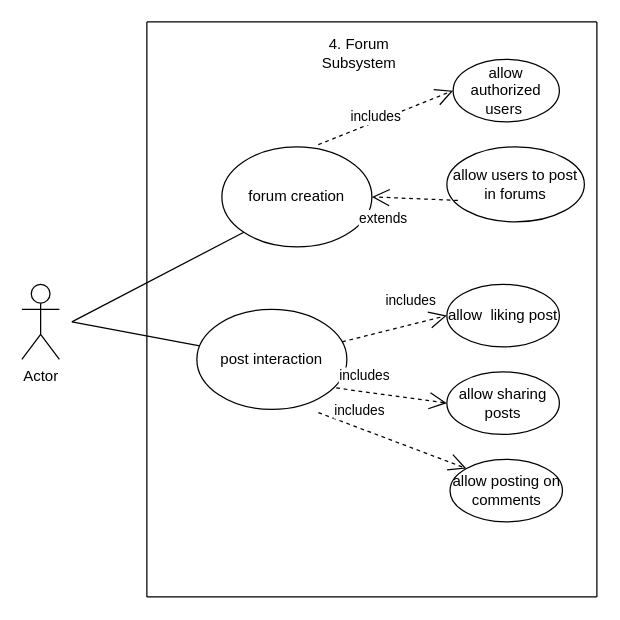
Earlier version of the draw.io diagram docs/use-case-diagrams/Forums.drawio (COS301-SE-2024/TailWaggr). Source tidied: cells renumbered, new cells numbered last; positions are measured from the earlier drawing's top-left corner, leaving out a move shared by most shapes. Both pictures are drawn from the tidied source at 125%, with x=0, y=0 at pixel (21, 21).
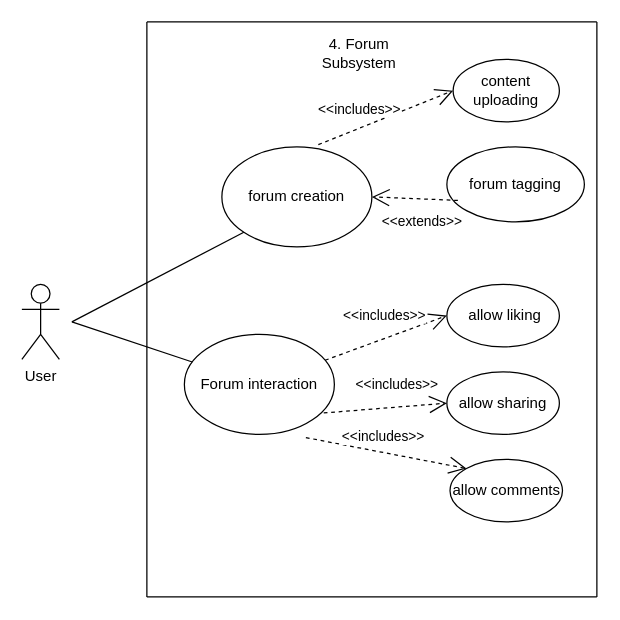
Above is the later version.

Commit message:
forums diagram alterations

The change refers to these unchanged cells:
```xml
<mxCell id="2" value="forum creation" style="ellipse;whiteSpace=wrap;html=1;" parent="1" vertex="1">
  <mxGeometry x="160" y="100" width="120" height="80" as="geometry" />
</mxCell>
```

What changed in the source:
```diff
@@
-    <mxCell id="3" value="post interaction" style="ellipse;whiteSpace=wrap;html=1;" parent="1" vertex="1">
-      <mxGeometry x="140" y="230" width="120" height="80" as="geometry" />
+    <mxCell id="3" value="Forum interaction" style="ellipse;whiteSpace=wrap;html=1;" parent="1" vertex="1">
+      <mxGeometry x="130" y="250" width="120" height="80" as="geometry" />
     </mxCell>
-    <mxCell id="4" value="Actor" style="shape=umlActor;verticalLabelPosition=bottom;verticalAlign=top;html=1;" parent="1" vertex="1">
+    <mxCell id="4" value="User" style="shape=umlActor;verticalLabelPosition=bottom;verticalAlign=top;html=1;" parent="1" vertex="1">
       <mxGeometry y="210" width="30" height="60" as="geometry" />
     </mxCell>
@@
-    <mxCell id="7" value="allow authorized users&amp;nbsp;" style="ellipse;whiteSpace=wrap;html=1;" parent="1" vertex="1">
+    <mxCell id="7" value="content uploading" style="ellipse;whiteSpace=wrap;html=1;" parent="1" vertex="1">
       <mxGeometry x="345" y="30" width="85" height="50" as="geometry" />
     </mxCell>
-    <mxCell id="8" value="allow users to post in forums" style="ellipse;whiteSpace=wrap;html=1;" parent="1" vertex="1">
+    <mxCell id="8" value="forum tagging" style="ellipse;whiteSpace=wrap;html=1;" parent="1" vertex="1">
       <mxGeometry x="340" y="100" width="110" height="60" as="geometry" />
     </mxCell>
-    <mxCell id="9" value="allow&amp;nbsp; liking post" style="ellipse;whiteSpace=wrap;html=1;" parent="1" vertex="1">
+    <mxCell id="9" value="&amp;nbsp;allow liking" style="ellipse;whiteSpace=wrap;html=1;" parent="1" vertex="1">
       <mxGeometry x="340" y="210" width="90" height="50" as="geometry" />
     </mxCell>
-    <mxCell id="10" value="allow sharing posts" style="ellipse;whiteSpace=wrap;html=1;" parent="1" vertex="1">
+    <mxCell id="10" value="allow sharing" style="ellipse;whiteSpace=wrap;html=1;" parent="1" vertex="1">
       <mxGeometry x="340" y="280" width="90" height="50" as="geometry" />
     </mxCell>
-    <mxCell id="11" value="includes" style="endArrow=open;endSize=12;dashed=1;html=1;rounded=0;entryX=0;entryY=0.5;entryDx=0;entryDy=0;exitX=0.643;exitY=-0.022;exitDx=0;exitDy=0;exitPerimeter=0;" parent="1" edge="1" source="2" target="7">
-      <mxGeometry x="-0.13" y="3" relative="1" as="geometry" />
+    <mxCell id="11" value="&amp;lt;&amp;lt;includes&amp;gt;&amp;gt;" style="endArrow=open;endSize=12;dashed=1;html=1;rounded=0;entryX=0;entryY=0.5;entryDx=0;entryDy=0;exitX=0.643;exitY=-0.022;exitDx=0;exitDy=0;exitPerimeter=0;" parent="1" edge="1" source="2" target="7">
+      <mxGeometry x="-0.29" y="14" relative="1" as="geometry" />
     </mxCell>
-    <mxCell id="12" value="extends" style="endArrow=open;endSize=12;dashed=1;html=1;rounded=0;entryX=1;entryY=0.5;entryDx=0;entryDy=0;exitX=0.08;exitY=0.714;exitDx=0;exitDy=0;exitPerimeter=0;" parent="1" edge="1" source="8" target="2">
-      <mxGeometry x="0.7" y="17" relative="1" as="geometry" />
+    <mxCell id="12" value="&amp;lt;&amp;lt;extends&amp;gt;&amp;gt;" style="endArrow=open;endSize=12;dashed=1;html=1;rounded=0;entryX=1;entryY=0.5;entryDx=0;entryDy=0;exitX=0.08;exitY=0.714;exitDx=0;exitDy=0;exitPerimeter=0;" parent="1" edge="1" source="8" target="2">
+      <mxGeometry x="-0.18" y="18" relative="1" as="geometry" />
     </mxCell>
-    <mxCell id="13" value="includes" style="endArrow=open;endSize=12;dashed=1;html=1;rounded=0;entryX=0;entryY=0.5;entryDx=0;entryDy=0;" parent="1" edge="1" source="3" target="9">
-      <mxGeometry x="0.41" y="19" relative="1" as="geometry" />
+    <mxCell id="13" value="&amp;lt;&amp;lt;includes&amp;gt;&amp;gt;" style="endArrow=open;endSize=12;dashed=1;html=1;rounded=0;entryX=0;entryY=0.5;entryDx=0;entryDy=0;" parent="1" edge="1" source="3" target="9">
+      <mxGeometry x="0.1" y="17" relative="1" as="geometry" />
     </mxCell>
-    <mxCell id="14" value="includes" style="endArrow=open;endSize=12;dashed=1;html=1;rounded=0;exitX=0.929;exitY=0.786;exitDx=0;exitDy=0;exitPerimeter=0;entryX=0;entryY=0.5;entryDx=0;entryDy=0;" parent="1" edge="1" source="3" target="10">
-      <mxGeometry x="-0.52" y="13" relative="1" as="geometry" />
+    <mxCell id="14" value="&amp;lt;&amp;lt;includes&amp;gt;&amp;gt;" style="endArrow=open;endSize=12;dashed=1;html=1;rounded=0;exitX=0.929;exitY=0.786;exitDx=0;exitDy=0;exitPerimeter=0;entryX=0;entryY=0.5;entryDx=0;entryDy=0;" parent="1" edge="1" source="3" target="10">
+      <mxGeometry x="0.22" y="18" relative="1" as="geometry" />
     </mxCell>
@@
-    <mxCell id="16" value="allow posting on comments" style="ellipse;whiteSpace=wrap;html=1;" parent="1" vertex="1">
+    <mxCell id="16" value="allow comments" style="ellipse;whiteSpace=wrap;html=1;" parent="1" vertex="1">
       <mxGeometry x="342.5" y="350" width="90" height="50" as="geometry" />
     </mxCell>
-    <mxCell id="17" value="includes" style="endArrow=open;endSize=12;dashed=1;html=1;rounded=0;entryX=0;entryY=0;entryDx=0;entryDy=0;exitX=0.81;exitY=1.032;exitDx=0;exitDy=0;exitPerimeter=0;" parent="1" edge="1" source="3" target="16">
-      <mxGeometry x="-0.52" y="13" relative="1" as="geometry" />
+    <mxCell id="17" value="&amp;lt;&amp;lt;includes&amp;gt;&amp;gt;" style="endArrow=open;endSize=12;dashed=1;html=1;rounded=0;entryX=0;entryY=0;entryDx=0;entryDy=0;exitX=0.81;exitY=1.032;exitDx=0;exitDy=0;exitPerimeter=0;" parent="1" edge="1" source="3" target="16">
+      <mxGeometry x="-0.06" y="12" relative="1" as="geometry" />
     </mxCell>
```
